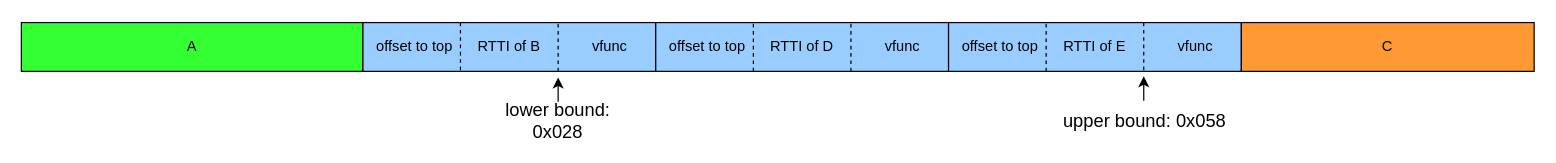
This is layout.drawio from luxufan/simple-website-template, a draw.io file, before an edit. Source tidied: cells renumbered, new cells numbered last; positions are measured from the earlier drawing's top-left corner, leaving out a move shared by most shapes. Both pictures are drawn from the tidied source at 122%, with x=0, y=0 at pixel (21, 22).
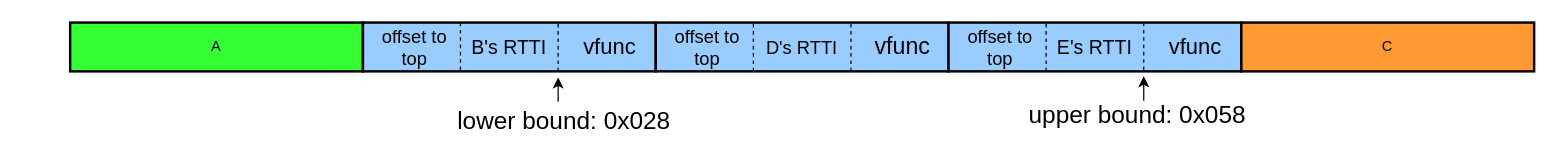
The same page after the edit.

What changed in the source:
```diff
@@
-    <mxCell id="2" value="A" style="rounded=0;whiteSpace=wrap;html=1;fillColor=#33FF33;" parent="1" vertex="1">
-      <mxGeometry width="280" height="40" as="geometry" />
+    <mxCell id="2" value="A" style="rounded=0;whiteSpace=wrap;html=1;fillColor=#33FF33;strokeWidth=2;" parent="1" vertex="1">
+      <mxGeometry x="40" width="240" height="40" as="geometry" />
     </mxCell>
-    <mxCell id="3" value="RTTI of B" style="rounded=0;whiteSpace=wrap;html=1;fillColor=#99CCFF;" parent="1" vertex="1">
+    <mxCell id="3" value="&lt;font style=&quot;font-size: 16px;&quot;&gt;B's RTTI&lt;/font&gt;" style="rounded=0;whiteSpace=wrap;html=1;fillColor=#99CCFF;strokeWidth=2;" parent="1" vertex="1">
       <mxGeometry x="280" width="240" height="40" as="geometry" />
     </mxCell>
-    <mxCell id="4" value="RTTI of D" style="rounded=0;whiteSpace=wrap;html=1;fillColor=#99CCFF;" parent="1" vertex="1">
+    <mxCell id="4" value="&lt;span style=&quot;font-size: 15px;&quot;&gt;D's RTTI&lt;/span&gt;" style="rounded=0;whiteSpace=wrap;html=1;fillColor=#99CCFF;strokeWidth=2;" parent="1" vertex="1">
       <mxGeometry x="520" width="240" height="40" as="geometry" />
     </mxCell>
-    <mxCell id="5" value="RTTI of E" style="rounded=0;whiteSpace=wrap;html=1;fillColor=#99CCFF;" parent="1" vertex="1">
+    <mxCell id="5" value="&lt;font style=&quot;font-size: 16px;&quot;&gt;E's RTTI&lt;/font&gt;" style="rounded=0;whiteSpace=wrap;html=1;fillColor=#99CCFF;strokeWidth=2;" parent="1" vertex="1">
       <mxGeometry x="760" width="240" height="40" as="geometry" />
     </mxCell>
-    <mxCell id="6" value="C" style="rounded=0;whiteSpace=wrap;html=1;fillColor=#FF9933;" parent="1" vertex="1">
+    <mxCell id="6" value="C" style="rounded=0;whiteSpace=wrap;html=1;fillColor=#FF9933;strokeWidth=2;" parent="1" vertex="1">
       <mxGeometry x="1000" width="240" height="40" as="geometry" />
     </mxCell>
@@
-    <mxCell id="9" value="&lt;font style=&quot;font-size: 15px;&quot;&gt;lower bound: 0x028&lt;/font&gt;" style="rounded=0;whiteSpace=wrap;html=1;strokeColor=#FFFFFF;" parent="1" vertex="1">
-      <mxGeometry x="375" y="70" width="130" height="20" as="geometry" />
+    <mxCell id="9" value="&lt;font style=&quot;font-size: 20px;&quot;&gt;lower bound: 0x028&lt;/font&gt;" style="rounded=0;whiteSpace=wrap;html=1;strokeColor=#FFFFFF;fontSize=20;" parent="1" vertex="1">
+      <mxGeometry x="330" y="70" width="230" height="20" as="geometry" />
     </mxCell>
-    <mxCell id="10" value="upper bound: 0x058" style="rounded=0;whiteSpace=wrap;html=1;strokeColor=#FFFFFF;fontSize=15;" parent="1" vertex="1">
-      <mxGeometry x="851" y="65" width="140" height="30" as="geometry" />
-    </mxCell>
@@
-    <mxCell id="17" value="offset to top" style="rounded=0;whiteSpace=wrap;html=1;fillColor=#99CCFF;strokeColor=#99CCFF;" parent="1" vertex="1">
+    <mxCell id="17" value="&lt;font style=&quot;font-size: 15px;&quot;&gt;offset to top&lt;/font&gt;" style="rounded=0;whiteSpace=wrap;html=1;fillColor=#99CCFF;strokeColor=#99CCFF;" parent="1" vertex="1">
       <mxGeometry x="290" y="10" width="65" height="20" as="geometry" />
     </mxCell>
-    <mxCell id="18" value="offset to top" style="rounded=0;whiteSpace=wrap;html=1;fillColor=#99CCFF;strokeColor=#99CCFF;" parent="1" vertex="1">
+    <mxCell id="18" value="&lt;font style=&quot;font-size: 15px;&quot;&gt;offset to top&lt;/font&gt;" style="rounded=0;whiteSpace=wrap;html=1;fillColor=#99CCFF;strokeColor=#99CCFF;" parent="1" vertex="1">
       <mxGeometry x="530" y="10" width="65" height="20" as="geometry" />
     </mxCell>
-    <mxCell id="19" value="offset to top" style="rounded=0;whiteSpace=wrap;html=1;fillColor=#99CCFF;strokeColor=#99CCFF;" parent="1" vertex="1">
+    <mxCell id="19" value="&lt;font style=&quot;font-size: 15px;&quot;&gt;offset to top&lt;/font&gt;" style="rounded=0;whiteSpace=wrap;html=1;fillColor=#99CCFF;strokeColor=#99CCFF;" parent="1" vertex="1">
       <mxGeometry x="770" y="10" width="65" height="20" as="geometry" />
     </mxCell>
-    <mxCell id="20" value="vfunc" style="rounded=0;whiteSpace=wrap;html=1;fillColor=#99CCFF;strokeColor=#99CCFF;" parent="1" vertex="1">
+    <mxCell id="20" value="&lt;font style=&quot;font-size: 18px;&quot;&gt;vfunc&lt;/font&gt;" style="rounded=0;whiteSpace=wrap;html=1;fillColor=#99CCFF;strokeColor=#99CCFF;" parent="1" vertex="1">
       <mxGeometry x="450" y="10" width="65" height="20" as="geometry" />
     </mxCell>
-    <mxCell id="21" value="vfunc" style="rounded=0;whiteSpace=wrap;html=1;fillColor=#99CCFF;strokeColor=#99CCFF;" parent="1" vertex="1">
+    <mxCell id="21" value="&lt;font style=&quot;font-size: 19px;&quot;&gt;vfunc&lt;/font&gt;" style="rounded=0;whiteSpace=wrap;html=1;fillColor=#99CCFF;strokeColor=#99CCFF;" parent="1" vertex="1">
       <mxGeometry x="690" y="10" width="65" height="20" as="geometry" />
     </mxCell>
-    <mxCell id="22" value="vfunc" style="rounded=0;whiteSpace=wrap;html=1;fillColor=#99CCFF;strokeColor=#99CCFF;" parent="1" vertex="1">
+    <mxCell id="22" value="&lt;font style=&quot;font-size: 18px;&quot;&gt;vfunc&lt;/font&gt;" style="rounded=0;whiteSpace=wrap;html=1;fillColor=#99CCFF;strokeColor=#99CCFF;fontSize=18;" parent="1" vertex="1">
       <mxGeometry x="930" y="10" width="65" height="20" as="geometry" />
     </mxCell>
+    <mxCell id="10" value="&lt;font style=&quot;font-size: 20px;&quot;&gt;upper bound: 0x058&lt;/font&gt;" style="rounded=0;whiteSpace=wrap;html=1;strokeColor=#FFFFFF;fontSize=20;" parent="1" vertex="1">
+      <mxGeometry x="800" y="70" width="230" height="10" as="geometry" />
+    </mxCell>
```
